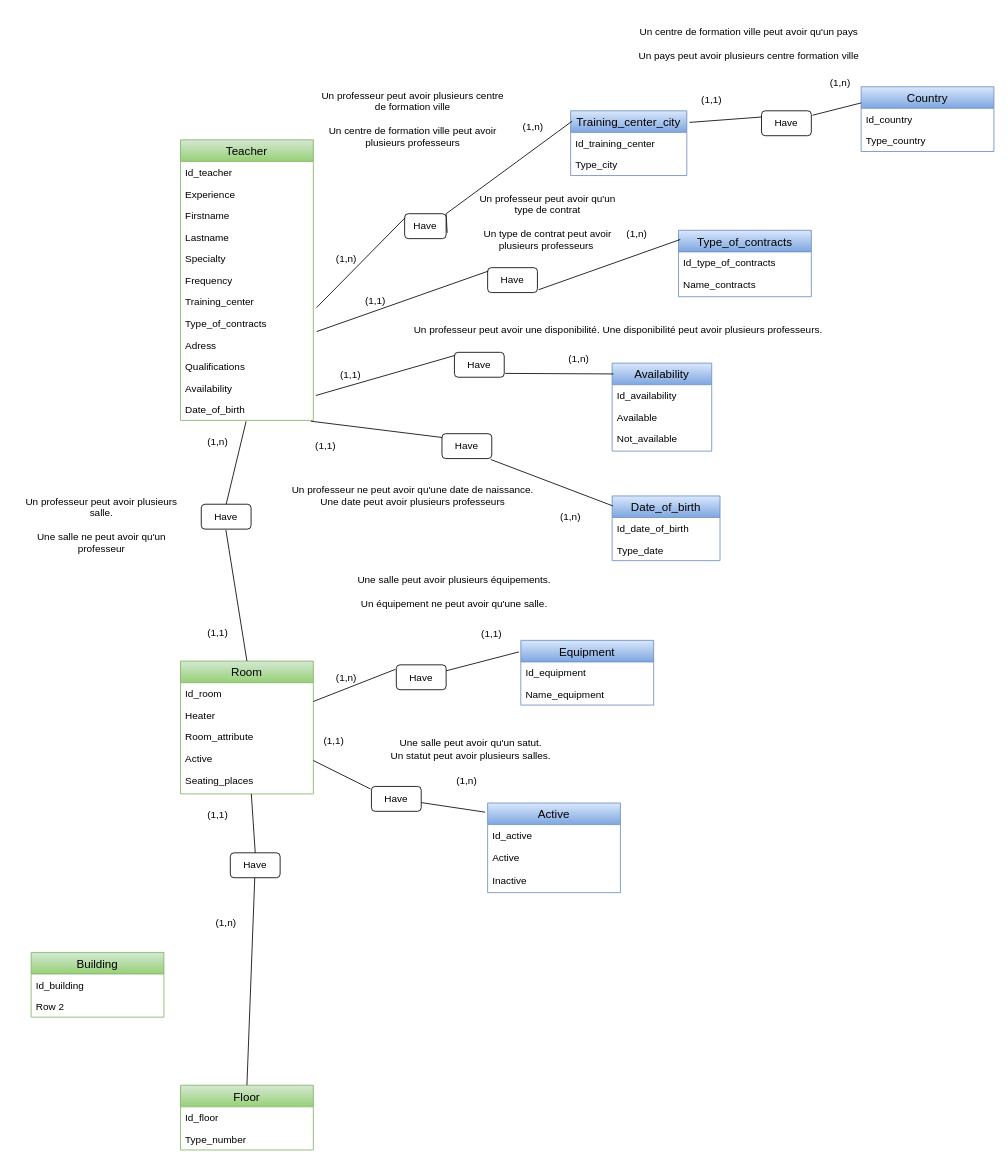
This is MySQL/Introduction SQL.drawio from Barrkevin/GithubKevin, a draw.io file, before an edit. Source tidied: cells renumbered, new cells numbered last; positions are measured from the earlier drawing's top-left corner, leaving out a move shared by most shapes. Both pictures are drawn from the tidied source at 83%, with x=0, y=0 at pixel (22, 14).
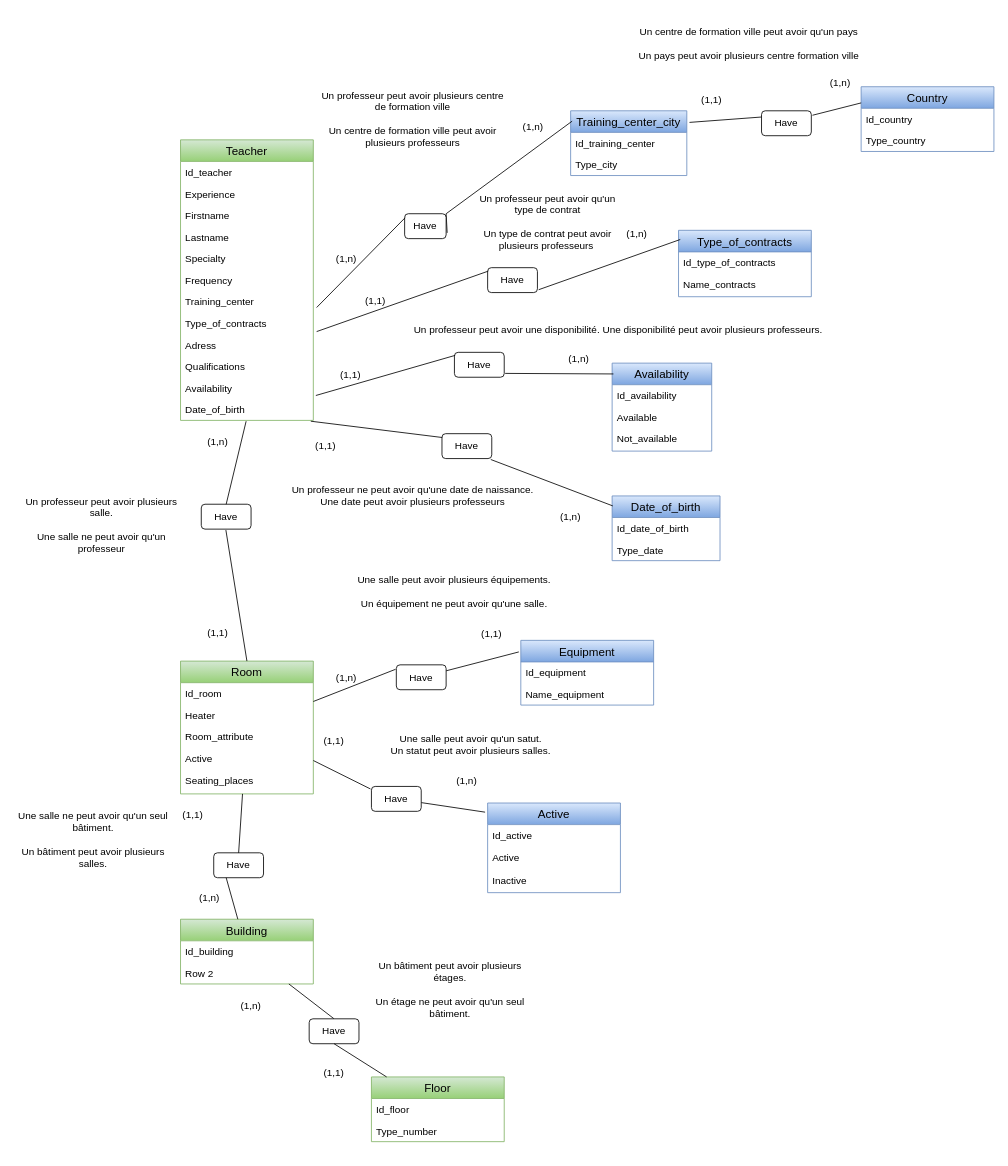
The same page after the edit.

The change refers to these unchanged cells:
```xml
<mxCell id="21" value="Room" style="swimlane;fontStyle=0;horizontal=1;startSize=26;fillColor=#d5e8d4;swimlaneFillColor=#ffffff;align=center;fontSize=14;gradientColor=#97d077;strokeColor=#82b366;" parent="1" vertex="1">
  <mxGeometry x="190" y="779" width="160" height="160" as="geometry" />
</mxCell>
```

The edit, as a diff of the source:
```diff
@@
     <mxCell id="68" value="Floor" style="swimlane;fontStyle=0;horizontal=1;startSize=26;fillColor=#d5e8d4;swimlaneFillColor=#ffffff;align=center;fontSize=14;gradientColor=#97d077;strokeColor=#82b366;" parent="1" vertex="1">
-      <mxGeometry x="190" y="1290" width="160" height="78" as="geometry" />
+      <mxGeometry x="420" y="1280" width="160" height="78" as="geometry" />
     </mxCell>
@@
-    <mxCell id="71" style="endArrow=none;html=1;rounded=0;entryX=0.5;entryY=0;entryDx=0;entryDy=0;" parent="1" edge="1" source="90" target="68">
-      <mxGeometry relative="1" as="geometry" />
-    </mxCell>
     <mxCell id="72" value="(1,1)" style="text;html=1;strokeColor=none;fillColor=none;align=center;verticalAlign=middle;whiteSpace=wrap;rounded=0;" parent="1" vertex="1">
-      <mxGeometry x="210" y="950" width="50" height="30" as="geometry" />
+      <mxGeometry x="180" y="950" width="50" height="30" as="geometry" />
     </mxCell>
     <mxCell id="73" value="(1,n)" style="text;html=1;strokeColor=none;fillColor=none;align=center;verticalAlign=middle;whiteSpace=wrap;rounded=0;" parent="1" vertex="1">
-      <mxGeometry x="220" y="1080" width="50" height="30" as="geometry" />
+      <mxGeometry x="200" y="1050" width="50" height="30" as="geometry" />
     </mxCell>
@@
-    <mxCell id="90" value="Have" style="rounded=1;whiteSpace=wrap;html=1;" parent="1" vertex="1">
-      <mxGeometry x="250" y="1010" width="60" height="30" as="geometry" />
-    </mxCell>
-    <mxCell id="91" style="endArrow=none;html=1;rounded=0;entryX=0.5;entryY=0;entryDx=0;entryDy=0;" parent="1" edge="1" source="21" target="90">
-      <mxGeometry relative="1" as="geometry" />
-    </mxCell>
     <mxCell id="92" value="Building" style="swimlane;fontStyle=0;horizontal=1;startSize=26;fillColor=#d5e8d4;swimlaneFillColor=#ffffff;align=center;fontSize=14;gradientColor=#97d077;strokeColor=#82b366;" parent="1" vertex="1">
-      <mxGeometry x="10" y="1130" width="160" height="78" as="geometry" />
+      <mxGeometry x="190" y="1090" width="160" height="78" as="geometry" />
     </mxCell>
@@
     <mxCell id="102" value="Une salle peut avoir qu'un satut.&lt;br&gt;Un statut peut avoir plusieurs salles." style="text;html=1;strokeColor=none;fillColor=none;align=center;verticalAlign=middle;whiteSpace=wrap;rounded=0;" parent="1" vertex="1">
-      <mxGeometry x="410" y="860" width="260" height="50" as="geometry" />
+      <mxGeometry x="410" y="850" width="260" height="60" as="geometry" />
     </mxCell>
+    <mxCell id="103" style="endArrow=none;html=1;exitX=0.5;exitY=0;exitDx=0;exitDy=0;" parent="1" edge="1" source="105" target="92">
+      <mxGeometry relative="1" as="geometry" />
+    </mxCell>
+    <mxCell id="104" value="Have" style="rounded=1;whiteSpace=wrap;html=1;" parent="1" vertex="1">
+      <mxGeometry x="230" y="1010" width="60" height="30" as="geometry" />
+    </mxCell>
+    <mxCell id="105" value="Have" style="rounded=1;whiteSpace=wrap;html=1;" parent="1" vertex="1">
+      <mxGeometry x="345" y="1210" width="60" height="30" as="geometry" />
+    </mxCell>
+    <mxCell id="106" style="endArrow=none;html=1;entryX=0.5;entryY=1;entryDx=0;entryDy=0;" parent="1" edge="1" source="68" target="105">
+      <mxGeometry relative="1" as="geometry" />
+    </mxCell>
+    <mxCell id="107" style="endArrow=none;html=1;exitX=0.5;exitY=0;exitDx=0;exitDy=0;" parent="1" edge="1" source="104" target="21">
+      <mxGeometry relative="1" as="geometry" />
+    </mxCell>
+    <mxCell id="108" style="endArrow=none;html=1;entryX=0.25;entryY=1;entryDx=0;entryDy=0;" parent="1" edge="1" source="92" target="104">
+      <mxGeometry relative="1" as="geometry" />
+    </mxCell>
+    <mxCell id="109" value="(1,n)" style="text;html=1;strokeColor=none;fillColor=none;align=center;verticalAlign=middle;whiteSpace=wrap;rounded=0;" parent="1" vertex="1">
+      <mxGeometry x="250" y="1180" width="50" height="30" as="geometry" />
+    </mxCell>
+    <mxCell id="110" value="(1,1)" style="text;html=1;strokeColor=none;fillColor=none;align=center;verticalAlign=middle;whiteSpace=wrap;rounded=0;" parent="1" vertex="1">
+      <mxGeometry x="350" y="1260" width="50" height="30" as="geometry" />
+    </mxCell>
+    <mxCell id="111" value="Une salle ne peut avoir qu'un seul bâtiment.&lt;br&gt;&lt;br&gt;Un bâtiment peut avoir plusieurs salles." style="text;html=1;strokeColor=none;fillColor=none;align=center;verticalAlign=middle;whiteSpace=wrap;rounded=0;" parent="1" vertex="1">
+      <mxGeometry x="-10" y="939" width="190" height="110" as="geometry" />
+    </mxCell>
+    <mxCell id="112" value="Un bâtiment peut avoir plusieurs étages.&lt;br&gt;&lt;br&gt;Un étage ne peut avoir qu'un seul bâtiment." style="text;html=1;strokeColor=none;fillColor=none;align=center;verticalAlign=middle;whiteSpace=wrap;rounded=0;" parent="1" vertex="1">
+      <mxGeometry x="420" y="1120" width="190" height="110" as="geometry" />
+    </mxCell>
```
